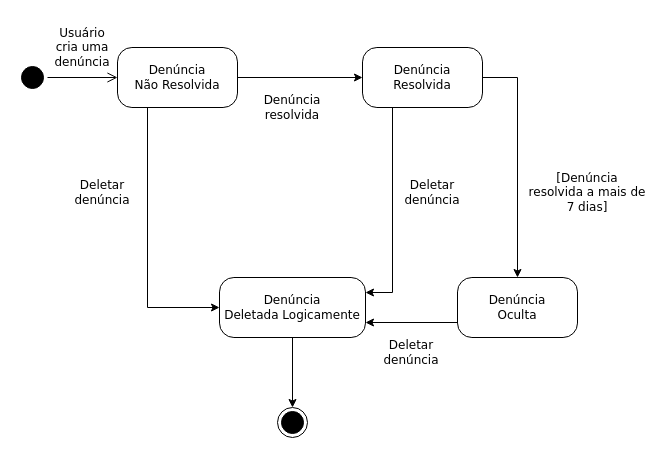
Before: Documentação/Diagramas/Diagrama de Estado.drawio in frsouzaa/Documentacao-TCC-NossaVia, a draw.io diagram. Source tidied: cells renumbered, new cells numbered last; positions are measured from the earlier drawing's top-left corner, leaving out a move shared by most shapes. Both pictures are drawn from the tidied source at 100%, with x=0, y=0 at pixel (17, 17).
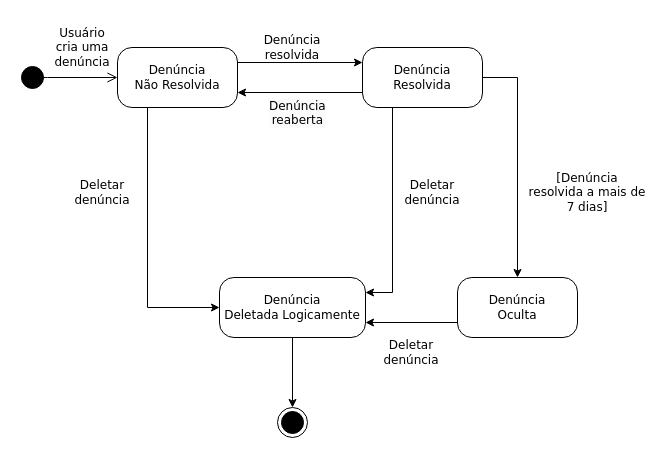
After the change.

The change refers to these unchanged cells:
```xml
<mxCell id="2" style="ellipse;html=1;shape=startState;fillColor=#000000;strokeColor=#000000;rounded=1;shadow=0;comic=0;labelBackgroundColor=none;fontFamily=Verdana;fontSize=12;fontColor=default;align=center;direction=south;labelBorderColor=none;textShadow=0;" parent="1" vertex="1">
  <mxGeometry y="45" width="30" height="30" as="geometry" />
</mxCell>
<mxCell id="7" value="Denúncia&lt;div&gt;Não Resolvida&lt;/div&gt;" style="rounded=1;whiteSpace=wrap;html=1;arcSize=24;fillColor=none;strokeColor=default;shadow=0;comic=0;labelBackgroundColor=none;fontFamily=Verdana;fontSize=12;fontColor=default;align=center;labelBorderColor=none;textShadow=0;" parent="1" vertex="1">
  <mxGeometry x="100" y="30" width="120" height="60" as="geometry" />
</mxCell>
<mxCell id="10" value="&lt;div&gt;Denúncia&lt;/div&gt;&lt;div&gt;Resolvida&lt;/div&gt;" style="rounded=1;whiteSpace=wrap;html=1;arcSize=24;fillColor=none;strokeColor=default;shadow=0;comic=0;labelBackgroundColor=none;fontFamily=Verdana;fontSize=12;fontColor=default;align=center;labelBorderColor=none;textShadow=0;" parent="1" vertex="1">
  <mxGeometry x="345" y="30" width="120" height="60" as="geometry" />
</mxCell>
<mxCell id="16" value="&lt;div&gt;&lt;font face=&quot;Verdana&quot;&gt;Usuário cria uma denúncia&lt;/font&gt;&lt;/div&gt;" style="text;html=1;align=center;verticalAlign=middle;whiteSpace=wrap;rounded=0;fontColor=default;labelBackgroundColor=none;labelBorderColor=none;textShadow=0;" parent="1" vertex="1">
  <mxGeometry x="30" width="70" height="60" as="geometry" />
</mxCell>
```

Change to the diagram source:
```diff
@@
-    <mxCell id="5" style="edgeStyle=orthogonalEdgeStyle;rounded=0;jettySize=auto;html=1;" parent="1" edge="1" source="7" target="10">
-      <mxGeometry relative="1" as="geometry" />
+    <mxCell id="5" style="edgeStyle=orthogonalEdgeStyle;rounded=0;orthogonalLoop=1;jettySize=auto;html=1;" parent="1" edge="1">
+      <mxGeometry relative="1" as="geometry">
+        <mxPoint x="220" y="45" as="sourcePoint" />
+        <mxPoint x="345" y="45" as="targetPoint" />
+      </mxGeometry>
     </mxCell>
@@
+    <mxCell id="21" style="edgeStyle=orthogonalEdgeStyle;rounded=0;jettySize=auto;html=1;exitX=0;exitY=0.75;exitDx=0;exitDy=0;entryX=1;entryY=0.75;entryDx=0;entryDy=0;" parent="1" edge="1" source="10" target="7">
+      <mxGeometry relative="1" as="geometry" />
+    </mxCell>
@@
     <mxCell id="13" value="&lt;div&gt;&lt;font face=&quot;Verdana&quot;&gt;Denúncia&lt;/font&gt;&lt;/div&gt;&lt;div&gt;&lt;font face=&quot;Verdana&quot;&gt;resolvida&lt;/font&gt;&lt;/div&gt;" style="text;html=1;align=center;verticalAlign=middle;whiteSpace=wrap;rounded=0;fontColor=default;labelBackgroundColor=none;labelBorderColor=none;textShadow=0;" parent="1" vertex="1">
-      <mxGeometry x="240" y="60" width="70" height="60" as="geometry" />
+      <mxGeometry x="240" width="70" height="60" as="geometry" />
     </mxCell>
@@
+    <mxCell id="22" value="&lt;div style=&quot;forced-color-adjust: none; color: rgb(0, 0, 0); font-family: Helvetica; font-size: 12px; font-style: normal; font-variant-ligatures: normal; font-variant-caps: normal; font-weight: 400; letter-spacing: normal; orphans: 2; text-align: center; text-indent: 0px; text-transform: none; widows: 2; word-spacing: 0px; -webkit-text-stroke-width: 0px; white-space: normal; background-color: rgb(251, 251, 251); text-decoration-thickness: initial; text-decoration-style: initial; text-decoration-color: initial;&quot;&gt;&lt;font face=&quot;Verdana&quot; style=&quot;forced-color-adjust: none;&quot;&gt;Denúncia&lt;/font&gt;&lt;/div&gt;&lt;div style=&quot;forced-color-adjust: none; color: rgb(0, 0, 0); font-family: Helvetica; font-size: 12px; font-style: normal; font-variant-ligatures: normal; font-variant-caps: normal; font-weight: 400; letter-spacing: normal; orphans: 2; text-align: center; text-indent: 0px; text-transform: none; widows: 2; word-spacing: 0px; -webkit-text-stroke-width: 0px; white-space: normal; background-color: rgb(251, 251, 251); text-decoration-thickness: initial; text-decoration-style: initial; text-decoration-color: initial;&quot;&gt;&lt;font face=&quot;Verdana&quot; style=&quot;forced-color-adjust: none;&quot;&gt;reaberta&lt;/font&gt;&lt;/div&gt;" style="text;whiteSpace=wrap;html=1;" parent="1" vertex="1">
+      <mxGeometry x="250" y="75" width="90" height="50" as="geometry" />
+    </mxCell>
+    <mxCell id="23" style="edgeStyle=orthogonalEdgeStyle;rounded=0;jettySize=auto;html=1;entryX=0.49;entryY=0.194;entryDx=0;entryDy=0;entryPerimeter=0;endArrow=none;endFill=0;exitX=0;exitY=1;exitDx=0;exitDy=0;" parent="1" edge="1" source="16" target="2">
+      <mxGeometry relative="1" as="geometry" />
+    </mxCell>
```
